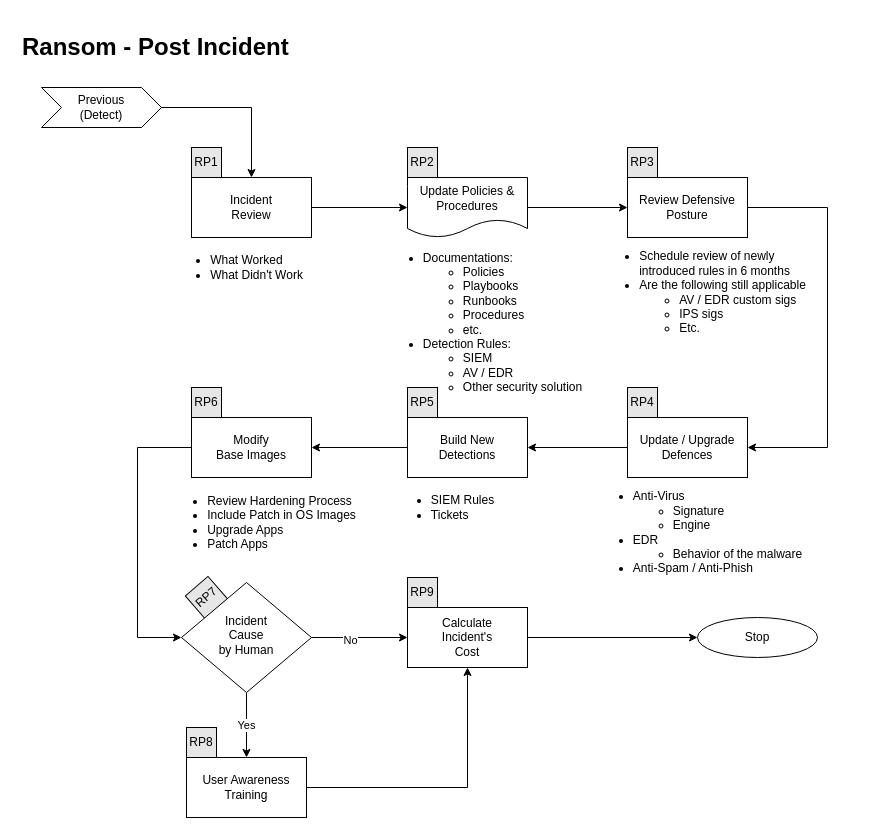
Earlier version of the draw.io diagram page "Po incydencie" (5 of 5) of IRP-Ransom/Workflows/Ransom-Workflow.drawio (amigasz/Playbooks). Source tidied: cells renumbered, new cells numbered last; positions are measured from the earlier drawing's top-left corner, leaving out a move shared by most shapes. Both pictures are drawn from the tidied source at 100%, with x=0, y=0 at pixel (17, 27).
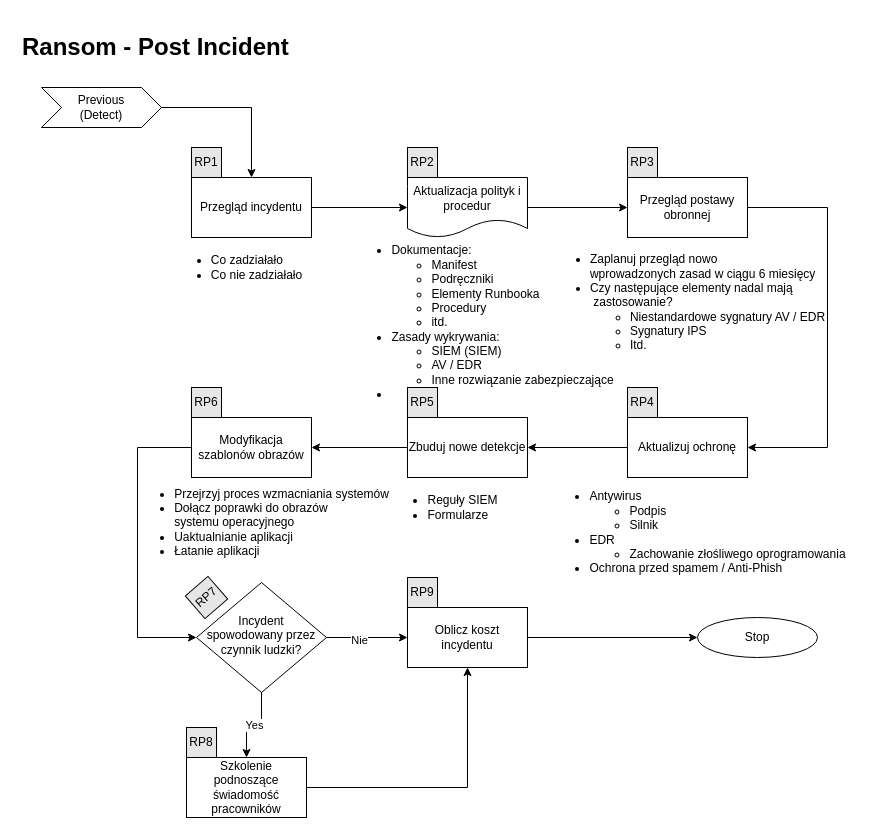
After the change.

The change refers to these unchanged cells:
```xml
<mxCell id="24" style="edgeStyle=orthogonalEdgeStyle;rounded=0;jettySize=auto;html=1;" parent="1" edge="1" source="27" target="23">
  <mxGeometry relative="1" as="geometry" />
</mxCell>
```

Diff of the diagram source:
```diff
@@
-    <mxCell id="6" value="Review Defensive Posture" style="whiteSpace=wrap;html=1;" parent="1" vertex="1">
+    <mxCell id="6" value="Przegląd postawy obronnej" style="whiteSpace=wrap;html=1;" parent="1" vertex="1">
       <mxGeometry x="610" y="150" width="120" height="60" as="geometry" />
     </mxCell>
@@
-    <mxCell id="9" value="&lt;div&gt;Update Policies &amp;amp;&lt;/div&gt;&lt;div&gt;Procedures&lt;br&gt;&lt;/div&gt;" style="shape=document;whiteSpace=wrap;html=1;boundedLbl=1;rounded=0;sketch=0;" parent="1" vertex="1">
+    <mxCell id="9" value="&lt;div&gt;&lt;span style=&quot;background-color: initial;&quot;&gt;Aktualizacja polityk i procedur&lt;/span&gt;&lt;/div&gt;" style="shape=document;whiteSpace=wrap;html=1;boundedLbl=1;rounded=0;sketch=0;" parent="1" vertex="1">
       <mxGeometry x="390" y="150" width="120" height="60" as="geometry" />
     </mxCell>
@@
-    <mxCell id="13" value="&lt;div&gt;Incident&lt;/div&gt;&lt;div&gt;Review&lt;br&gt;&lt;/div&gt;" style="whiteSpace=wrap;html=1;" parent="1" vertex="1">
+    <mxCell id="13" value="&lt;div&gt;Przegląd incydentu&lt;/div&gt;" style="whiteSpace=wrap;html=1;" parent="1" vertex="1">
       <mxGeometry x="174" y="150" width="120" height="60" as="geometry" />
     </mxCell>
-    <mxCell id="14" value="&lt;div align=&quot;left&quot;&gt;&lt;ul&gt;&lt;li&gt;What Worked&lt;/li&gt;&lt;li&gt;What Didn't Work&lt;br&gt;&lt;/li&gt;&lt;/ul&gt;&lt;/div&gt;" style="text;html=1;align=center;verticalAlign=middle;fillColor=none;strokeColor=none;rounded=0;" parent="1" vertex="1">
-      <mxGeometry x="144" y="210" width="150" height="60" as="geometry" />
+    <mxCell id="14" value="&lt;div align=&quot;left&quot;&gt;&lt;ul&gt;&lt;li&gt;Co zadziałało&lt;/li&gt;&lt;li&gt;&lt;font&gt;Co nie zadziałało&lt;/font&gt;&lt;/li&gt;&lt;/ul&gt;&lt;/div&gt;" style="text;html=1;align=center;verticalAlign=middle;fillColor=none;strokeColor=none;rounded=0;" parent="1" vertex="1">
+      <mxGeometry x="144" y="205" width="150" height="70" as="geometry" />
     </mxCell>
-    <mxCell id="15" value="&lt;div align=&quot;left&quot;&gt;&lt;ul&gt;&lt;li&gt;Documentations:&lt;/li&gt;&lt;ul&gt;&lt;li&gt;Policies&lt;/li&gt;&lt;li&gt;Playbooks&lt;/li&gt;&lt;li&gt;Runbooks&lt;br&gt;&lt;/li&gt;&lt;li&gt;Procedures&lt;/li&gt;&lt;li&gt;etc.&lt;/li&gt;&lt;/ul&gt;&lt;li&gt;Detection Rules:&lt;/li&gt;&lt;ul&gt;&lt;li&gt;SIEM&lt;/li&gt;&lt;li&gt;AV / EDR&lt;/li&gt;&lt;li&gt;Other security solution&lt;br&gt;&lt;/li&gt;&lt;/ul&gt;&lt;/ul&gt;&lt;/div&gt;" style="text;html=1;align=center;verticalAlign=middle;fillColor=none;strokeColor=none;rounded=0;" parent="1" vertex="1">
-      <mxGeometry x="360" y="210" width="210" height="170" as="geometry" />
+    <mxCell id="15" value="&lt;div align=&quot;left&quot;&gt;&lt;ul&gt;&lt;li&gt;Dokumentacje:&lt;/li&gt;&lt;ul&gt;&lt;li&gt;Manifest&lt;/li&gt;&lt;li&gt;Podręczniki&lt;/li&gt;&lt;li&gt;&lt;font&gt;Elementy Runbooka&lt;/font&gt;&lt;br&gt;&lt;/li&gt;&lt;li&gt;Procedury&lt;/li&gt;&lt;li&gt;itd.&lt;/li&gt;&lt;/ul&gt;&lt;li&gt;Zasady wykrywania:&lt;/li&gt;&lt;ul&gt;&lt;li&gt;SIEM (SIEM)&lt;/li&gt;&lt;li&gt;AV / EDR&lt;/li&gt;&lt;li&gt;&lt;font&gt;Inne rozwiązanie zabezpieczające&lt;/font&gt;&lt;/li&gt;&lt;/ul&gt;&lt;li&gt;&lt;br&gt;&lt;/li&gt;&lt;/ul&gt;&lt;/div&gt;" style="text;html=1;align=center;verticalAlign=middle;fillColor=none;strokeColor=none;rounded=0;" parent="1" vertex="1">
+      <mxGeometry x="320" y="195" width="290" height="200" as="geometry" />
     </mxCell>
-    <mxCell id="16" value="&lt;div align=&quot;left&quot;&gt;&lt;ul&gt;&lt;li&gt;Schedule review of newly&lt;br&gt;introduced rules in 6 months&lt;/li&gt;&lt;li&gt;Are the following still applicable&lt;br&gt;&lt;/li&gt;&lt;ul&gt;&lt;li&gt;AV / EDR custom sigs&lt;br&gt;&lt;/li&gt;&lt;li&gt;IPS sigs&lt;/li&gt;&lt;li&gt;Etc.&lt;br&gt;&lt;/li&gt;&lt;/ul&gt;&lt;/ul&gt;&lt;/div&gt;" style="text;html=1;align=center;verticalAlign=middle;fillColor=none;strokeColor=none;rounded=0;" parent="1" vertex="1">
-      <mxGeometry x="575" y="210" width="220" height="110" as="geometry" />
+    <mxCell id="16" value="&lt;div align=&quot;left&quot;&gt;&lt;ul&gt;&lt;li&gt;Zaplanuj przegląd nowo&lt;br&gt;wprowadzonych zasad w ciągu 6 miesięcy&lt;/li&gt;&lt;li&gt;&lt;font&gt;Czy następujące elementy nadal mają&lt;br&gt;&amp;nbsp;zastosowanie?&lt;/font&gt;&lt;br&gt;&lt;/li&gt;&lt;ul&gt;&lt;li&gt;&lt;font&gt;Niestandardowe sygnatury AV / EDR&lt;/font&gt;&lt;br&gt;&lt;/li&gt;&lt;li&gt;Sygnatury IPS&lt;/li&gt;&lt;li&gt;&lt;font&gt;Itd.&lt;/font&gt;&lt;/li&gt;&lt;/ul&gt;&lt;/ul&gt;&lt;/div&gt;" style="text;html=1;align=center;verticalAlign=middle;fillColor=none;strokeColor=none;rounded=0;" parent="1" vertex="1">
+      <mxGeometry x="520" y="205" width="300" height="140" as="geometry" />
     </mxCell>
@@
-    <mxCell id="18" value="&lt;div&gt;Update / Upgrade&lt;br&gt;Defences&lt;br&gt;&lt;/div&gt;" style="whiteSpace=wrap;html=1;" parent="1" vertex="1">
+    <mxCell id="18" value="Aktualizuj ochronę" style="whiteSpace=wrap;html=1;" parent="1" vertex="1">
       <mxGeometry x="610" y="390" width="120" height="60" as="geometry" />
     </mxCell>
-    <mxCell id="19" value="&lt;div&gt;Modify&lt;/div&gt;&lt;div&gt;Base Images&lt;br&gt;&lt;/div&gt;" style="whiteSpace=wrap;html=1;" parent="1" vertex="1">
+    <mxCell id="19" value="&lt;div&gt;Modyfikacja szablonów obrazów&lt;/div&gt;" style="whiteSpace=wrap;html=1;" parent="1" vertex="1">
       <mxGeometry x="174" y="390" width="120" height="60" as="geometry" />
     </mxCell>
@@
-    <mxCell id="21" value="Build New&lt;br&gt;Detections" style="whiteSpace=wrap;html=1;" parent="1" vertex="1">
+    <mxCell id="21" value="Zbuduj nowe detekcje" style="whiteSpace=wrap;html=1;" parent="1" vertex="1">
       <mxGeometry x="390" y="390" width="120" height="60" as="geometry" />
     </mxCell>
@@
-    <mxCell id="23" value="&lt;div&gt;Calculate&lt;/div&gt;&lt;div&gt;Incident's&lt;/div&gt;&lt;div&gt;Cost&lt;br&gt;&lt;/div&gt;" style="whiteSpace=wrap;html=1;" parent="1" vertex="1">
+    <mxCell id="23" value="&lt;div&gt;Oblicz koszt incydentu&lt;/div&gt;" style="whiteSpace=wrap;html=1;" parent="1" vertex="1">
       <mxGeometry x="390" y="580" width="120" height="60" as="geometry" />
     </mxCell>
@@
-    <mxCell id="25" value="No" style="edgeLabel;html=1;align=center;verticalAlign=middle;" parent="24" vertex="1">
+    <mxCell id="25" value="Nie" style="edgeLabel;html=1;align=center;verticalAlign=middle;" parent="24" vertex="1">
       <mxGeometry x="-0.21" y="-2" relative="1" as="geometry" />
     </mxCell>
@@
-    <mxCell id="27" value="&lt;div&gt;Incident &lt;br&gt;&lt;/div&gt;&lt;div&gt;Cause&lt;/div&gt;&lt;div&gt;by Human&lt;br&gt;&lt;/div&gt;" style="rhombus;whiteSpace=wrap;html=1;shadow=0;fontFamily=Helvetica;fontSize=12;align=center;strokeWidth=1;spacing=6;spacingTop=-4;" parent="1" vertex="1">
-      <mxGeometry x="164" y="555" width="130" height="110" as="geometry" />
+    <mxCell id="27" value="&lt;div&gt;&lt;font&gt;Incydent spowodowany przez czynnik ludzki?&lt;/font&gt;&lt;/div&gt;" style="rhombus;whiteSpace=wrap;html=1;shadow=0;fontFamily=Helvetica;fontSize=12;align=center;strokeWidth=1;spacing=6;spacingTop=-4;" parent="1" vertex="1">
+      <mxGeometry x="179" y="555" width="130" height="110" as="geometry" />
     </mxCell>
@@
-    <mxCell id="30" value="&lt;div&gt;User Awareness&lt;/div&gt;&lt;div&gt;Training&lt;br&gt;&lt;/div&gt;" style="whiteSpace=wrap;html=1;" parent="1" vertex="1">
+    <mxCell id="30" value="&lt;div&gt;Szkolenie podnoszące świadomość pracowników&lt;/div&gt;" style="whiteSpace=wrap;html=1;" parent="1" vertex="1">
       <mxGeometry x="169" y="730" width="120" height="60" as="geometry" />
     </mxCell>
@@
-    <mxCell id="39" value="&lt;div align=&quot;left&quot;&gt;&lt;ul&gt;&lt;li&gt;Anti-Virus&lt;/li&gt;&lt;ul&gt;&lt;li&gt;Signature&lt;/li&gt;&lt;li&gt;Engine&lt;/li&gt;&lt;/ul&gt;&lt;li&gt;EDR&lt;/li&gt;&lt;ul&gt;&lt;li&gt;Behavior of the malware&lt;/li&gt;&lt;/ul&gt;&lt;li&gt;Anti-Spam / Anti-Phish&lt;/li&gt;&lt;/ul&gt;&lt;/div&gt;" style="text;html=1;align=center;verticalAlign=middle;fillColor=none;strokeColor=none;rounded=0;" parent="1" vertex="1">
-      <mxGeometry x="570" y="450" width="220" height="110" as="geometry" />
+    <mxCell id="39" value="&lt;div align=&quot;left&quot;&gt;&lt;ul&gt;&lt;li&gt;Antywirus&lt;/li&gt;&lt;ul&gt;&lt;li&gt;Podpis&lt;/li&gt;&lt;li&gt;Silnik&lt;/li&gt;&lt;/ul&gt;&lt;li&gt;EDR&amp;nbsp;&lt;/li&gt;&lt;ul&gt;&lt;li&gt;Zachowanie złośliwego oprogramowania&lt;/li&gt;&lt;/ul&gt;&lt;li&gt;Ochrona przed spamem / Anti-Phish&lt;/li&gt;&lt;/ul&gt;&lt;/div&gt;" style="text;html=1;align=center;verticalAlign=middle;fillColor=none;strokeColor=none;rounded=0;" parent="1" vertex="1">
+      <mxGeometry x="520" y="445" width="320" height="120" as="geometry" />
     </mxCell>
-    <mxCell id="40" value="&lt;div align=&quot;left&quot;&gt;&lt;ul&gt;&lt;li&gt;SIEM Rules&lt;/li&gt;&lt;li&gt;Tickets&lt;br&gt;&lt;/li&gt;&lt;/ul&gt;&lt;/div&gt;" style="text;html=1;align=center;verticalAlign=middle;fillColor=none;strokeColor=none;rounded=0;" parent="1" vertex="1">
-      <mxGeometry x="365" y="450" width="120" height="60" as="geometry" />
+    <mxCell id="40" value="&lt;div align=&quot;left&quot;&gt;&lt;ul&gt;&lt;li&gt;Reguły SIEM&lt;/li&gt;&lt;li&gt;Formularze&lt;/li&gt;&lt;/ul&gt;&lt;/div&gt;" style="text;html=1;align=center;verticalAlign=middle;fillColor=none;strokeColor=none;rounded=0;" parent="1" vertex="1">
+      <mxGeometry x="360" y="445" width="130" height="70" as="geometry" />
     </mxCell>
-    <mxCell id="41" value="&lt;div align=&quot;left&quot;&gt;&lt;ul&gt;&lt;li&gt;Review Hardening Process&lt;/li&gt;&lt;li&gt;Include Patch in OS Images&lt;/li&gt;&lt;li&gt;Upgrade Apps&lt;/li&gt;&lt;li&gt;Patch Apps&lt;/li&gt;&lt;/ul&gt;&lt;/div&gt;" style="text;html=1;align=center;verticalAlign=middle;fillColor=none;strokeColor=none;rounded=0;" parent="1" vertex="1">
-      <mxGeometry x="144" y="450" width="200" height="90" as="geometry" />
+    <mxCell id="41" value="&lt;div align=&quot;left&quot;&gt;&lt;ul&gt;&lt;li&gt;Przejrzyj proces wzmacniania systemów&lt;/li&gt;&lt;li&gt;Dołącz poprawki do obrazów &lt;br&gt;systemu operacyjnego&lt;/li&gt;&lt;li&gt;Uaktualnianie aplikacji&lt;/li&gt;&lt;li&gt;Łatanie aplikacji&lt;/li&gt;&lt;/ul&gt;&lt;/div&gt;" style="text;html=1;align=center;verticalAlign=middle;fillColor=none;strokeColor=none;rounded=0;" parent="1" vertex="1">
+      <mxGeometry x="104" y="440" width="280" height="110" as="geometry" />
     </mxCell>
```
